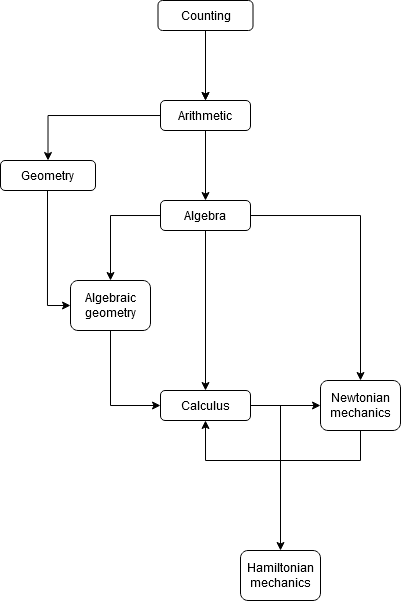
Before: folder/Knowledge tech tree.png, a diagram exported from draw.io (MangledPotat0/knowledge_tech_tree). Source tidied: cells renumbered, new cells last; positions are measured from the earlier drawing's top-left corner, leaving out a move shared by most shapes.
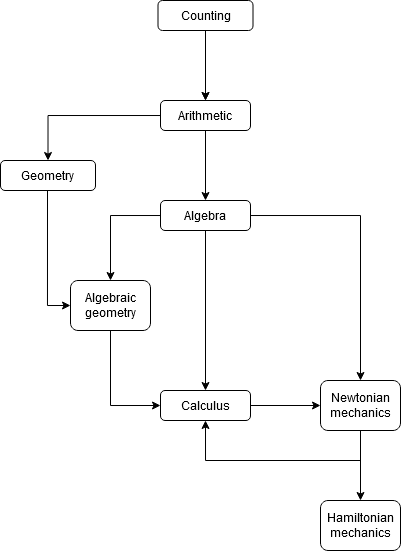
After the commit.

What changed in the source:
```diff
@@ -66,11 +66,6 @@
     <mxCell id="16" style="edgeStyle=orthogonalEdgeStyle;rounded=0;jettySize=auto;html=1;entryX=0;entryY=0.5;entryDx=0;entryDy=0;" parent="1" edge="1" source="18" target="20">
       <mxGeometry relative="1" as="geometry" />
     </mxCell>
-    <mxCell id="17" style="edgeStyle=orthogonalEdgeStyle;rounded=0;jettySize=auto;html=1;entryX=0.5;entryY=0;entryDx=0;entryDy=0;" parent="1" edge="1" target="21">
-      <mxGeometry relative="1" as="geometry">
-        <mxPoint x="280" y="405" as="sourcePoint" />
-      </mxGeometry>
-    </mxCell>
     <mxCell id="18" value="Calculus" style="rounded=1;whiteSpace=wrap;html=1;" parent="1" vertex="1">
       <mxGeometry x="160" y="390" width="90" height="30" as="geometry" />
     </mxCell>
@@ -82,11 +77,14 @@
         </Array>
       </mxGeometry>
     </mxCell>
+    <mxCell id="22" style="edgeStyle=orthogonalEdgeStyle;rounded=0;jettySize=auto;html=1;entryX=0.5;entryY=0;entryDx=0;entryDy=0;" parent="1" edge="1" source="20" target="21">
+      <mxGeometry relative="1" as="geometry" />
+    </mxCell>
     <mxCell id="20" value="Newtonian mechanics" style="rounded=1;whiteSpace=wrap;html=1;" parent="1" vertex="1">
       <mxGeometry x="320" y="380" width="80" height="50" as="geometry" />
     </mxCell>
     <mxCell id="21" value="Hamiltonian mechanics" style="rounded=1;whiteSpace=wrap;html=1;" parent="1" vertex="1">
-      <mxGeometry x="240" y="550" width="80" height="50" as="geometry" />
+      <mxGeometry x="320" y="500" width="80" height="50" as="geometry" />
     </mxCell>
   </root>
 </mxGraphModel>
```
